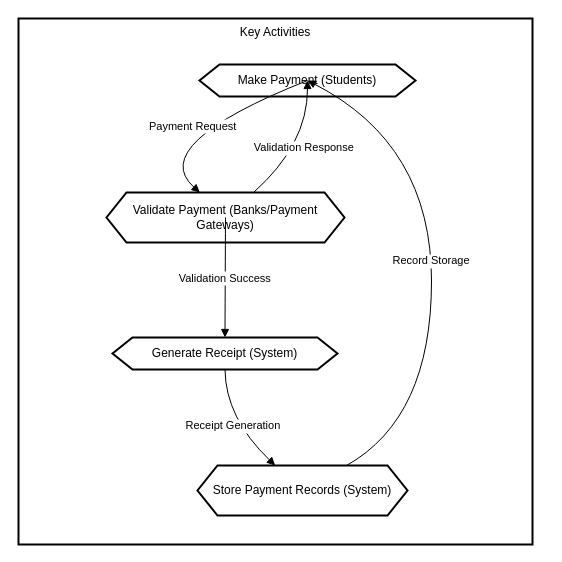
Derrickkoko1234/FInal-Year-Project-DIagrams keeps this draw.io diagram as Activity Diagram.drawio. Above is the earlier version. Source tidied: cells renumbered, new cells numbered last; positions are measured from the earlier drawing's top-left corner, leaving out a move shared by most shapes. Both pictures are drawn from the tidied source at 100%, with x=0, y=0 at pixel (18, 18).
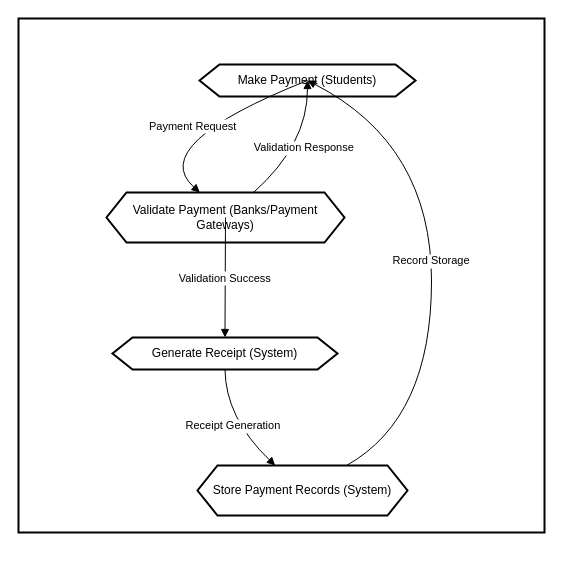
The same page after the edit.

Change to the diagram source:
```diff
@@
 <mxGraphModel>
   <root>
     <mxCell id="0" />
     <mxCell id="1" parent="0" />
-    <mxCell id="2" value="Key Activities" style="whiteSpace=wrap;strokeWidth=2;verticalAlign=top;" parent="1" vertex="1">
-      <mxGeometry width="514" height="526" as="geometry" />
+    <mxCell id="2" style="whiteSpace=wrap;strokeWidth=2;verticalAlign=top;direction=south;" parent="1" vertex="1">
+      <mxGeometry width="526" height="514" as="geometry" />
     </mxCell>
     <mxCell id="3" value="Make Payment (Students)" style="shape=hexagon;perimeter=hexagonPerimeter2;fixedSize=1;strokeWidth=2;whiteSpace=wrap;" parent="2" vertex="1">
       <mxGeometry x="181" y="46" width="216" height="32" as="geometry" />
     </mxCell>
     <mxCell id="4" value="Validate Payment (Banks/Payment Gateways)" style="shape=hexagon;perimeter=hexagonPerimeter2;fixedSize=1;strokeWidth=2;whiteSpace=wrap;" parent="2" vertex="1">
       <mxGeometry x="88" y="174" width="238" height="50" as="geometry" />
     </mxCell>
     <mxCell id="5" value="Generate Receipt (System)" style="shape=hexagon;perimeter=hexagonPerimeter2;fixedSize=1;strokeWidth=2;whiteSpace=wrap;" parent="2" vertex="1">
       <mxGeometry x="94" y="319" width="225" height="32" as="geometry" />
     </mxCell>
     <mxCell id="6" value="Store Payment Records (System)" style="shape=hexagon;perimeter=hexagonPerimeter2;fixedSize=1;strokeWidth=2;whiteSpace=wrap;" parent="2" vertex="1">
       <mxGeometry x="179" y="447" width="210" height="50" as="geometry" />
     </mxCell>
     <mxCell id="7" value="Payment Request" style="curved=1;startArrow=none;endArrow=block;exitX=0.31;exitY=0.98;entryX=0.39;entryY=-0.01;" parent="2" edge="1" source="3" target="4">
       <mxGeometry relative="1" as="geometry">
         <Array as="points">
           <mxPoint x="128" y="126" />
         </Array>
       </mxGeometry>
     </mxCell>
     <mxCell id="8" value="Validation Response" style="curved=1;startArrow=none;endArrow=block;exitX=0.62;exitY=-0.01;entryX=0.5;entryY=0.98;" parent="2" edge="1" source="4" target="3">
       <mxGeometry relative="1" as="geometry">
         <Array as="points">
           <mxPoint x="289" y="126" />
         </Array>
       </mxGeometry>
     </mxCell>
     <mxCell id="9" value="Validation Success" style="curved=1;startArrow=none;endArrow=block;exitX=0.5;exitY=0.98;entryX=0.5;entryY=0;" parent="2" edge="1" source="4" target="5">
       <mxGeometry relative="1" as="geometry" />
     </mxCell>
     <mxCell id="10" value="Receipt Generation" style="curved=1;startArrow=none;endArrow=block;exitX=0.5;exitY=1;entryX=0.37;entryY=0;" parent="2" edge="1" source="5" target="6">
       <mxGeometry relative="1" as="geometry">
         <Array as="points">
           <mxPoint x="207" y="399" />
         </Array>
       </mxGeometry>
     </mxCell>
     <mxCell id="11" value="Record Storage" style="curved=1;startArrow=none;endArrow=block;exitX=0.71;exitY=0;entryX=0.64;entryY=0.98;" parent="2" edge="1" source="6" target="3">
       <mxGeometry relative="1" as="geometry">
         <Array as="points">
           <mxPoint x="413" y="399" />
           <mxPoint x="413" y="126" />
         </Array>
       </mxGeometry>
     </mxCell>
   </root>
 </mxGraphModel>
```
